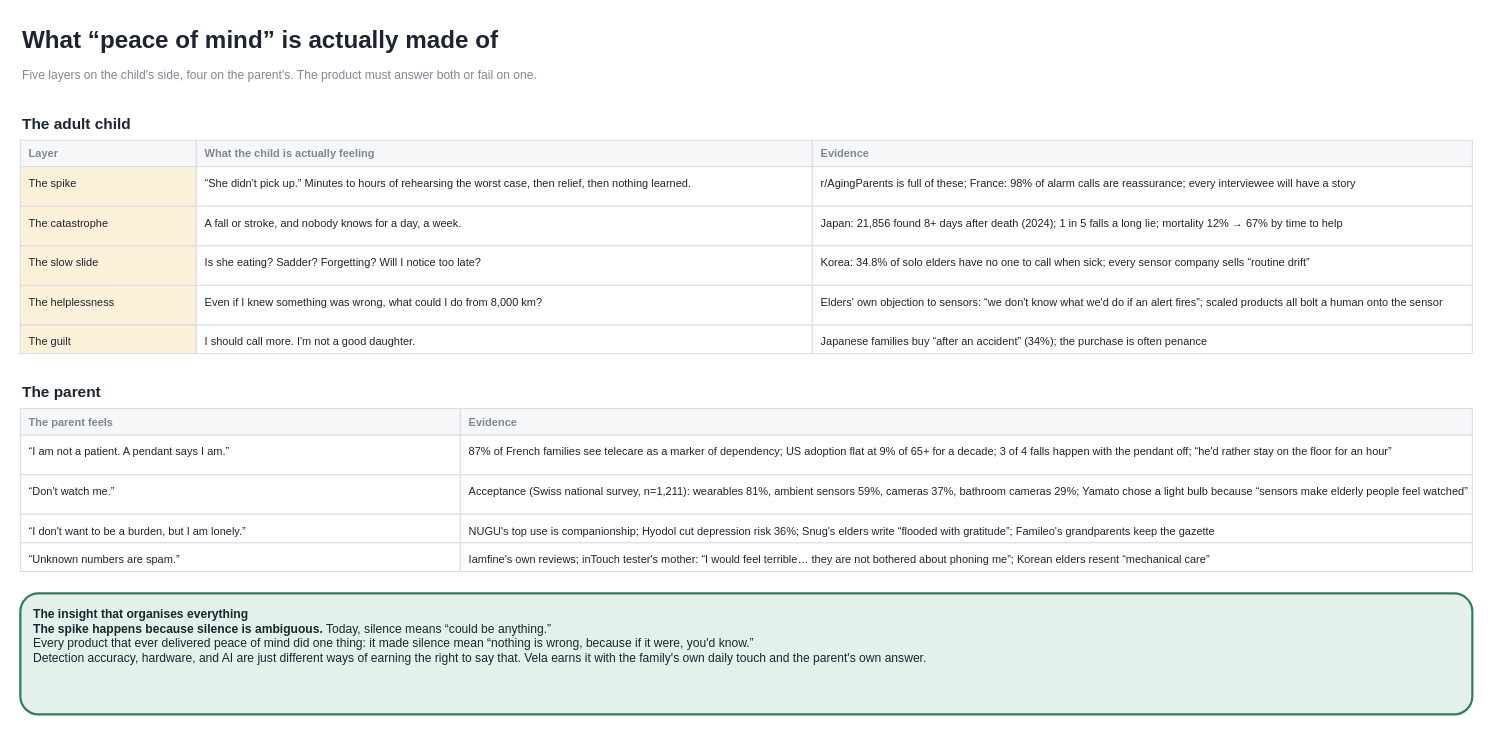
Earlier version of the draw.io diagram page "1.3 · The worry, decomposed" (4 of 34) of design/diagrams/master-plan.drawio (taiusheev/vela). Source tidied: cells renumbered, new cells numbered last; positions are measured from the earlier drawing's top-left corner, leaving out a move shared by most shapes. Both pictures are drawn from the tidied source at 110%, with x=0, y=0 at pixel (20, 19).
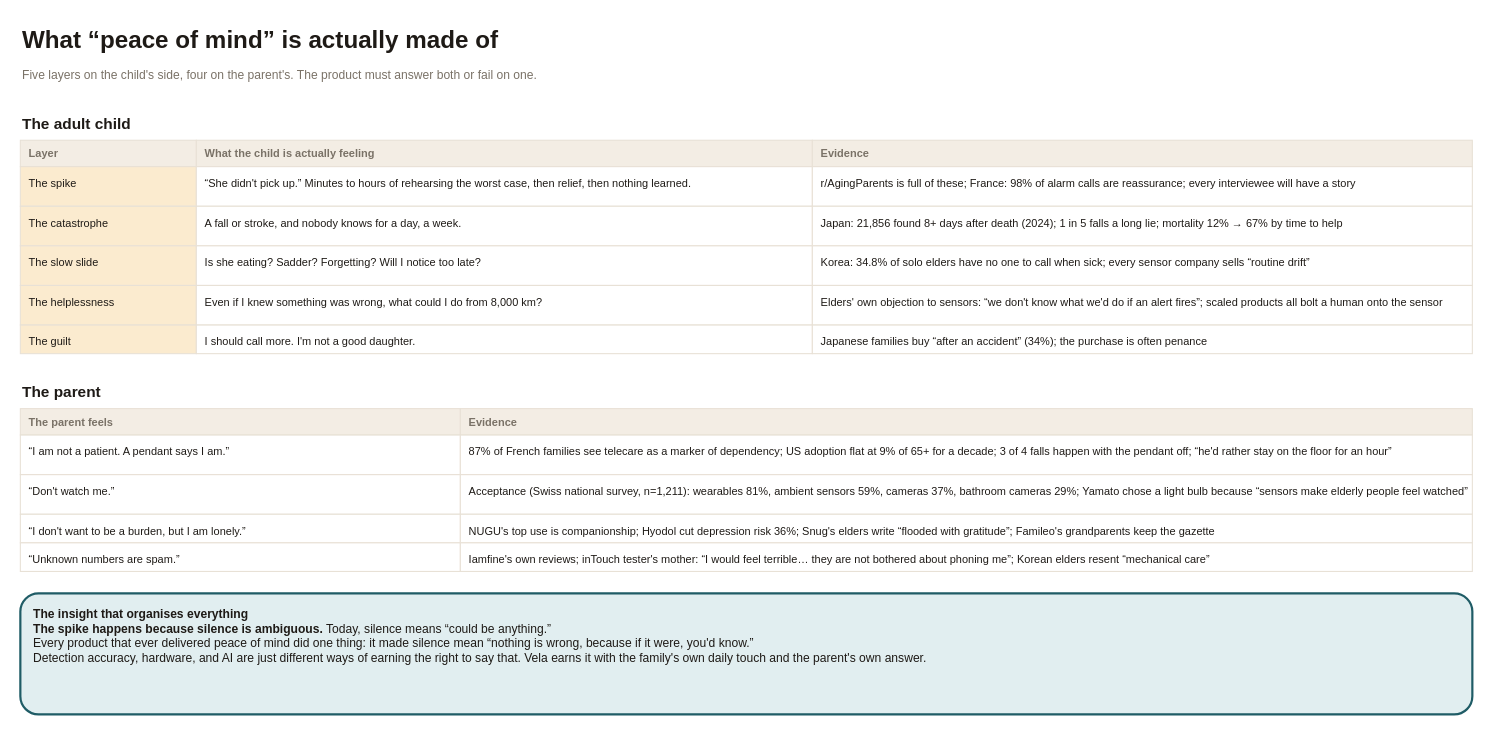
The same diagram, later.

Change to the diagram source:
```diff
@@
-    <mxCell id="2" value="What “peace of mind” is actually made of" style="text;html=1;align=left;verticalAlign=top;fontSize=22;fontStyle=1;fontColor=#1b2430;whiteSpace=wrap;" parent="1" vertex="1">
+    <mxCell id="2" value="What “peace of mind” is actually made of" style="text;html=1;align=left;verticalAlign=top;fontSize=22;fontStyle=1;fontColor=#1E1A16;whiteSpace=wrap;" parent="1" vertex="1">
       <mxGeometry width="1200" height="36" as="geometry" />
     </mxCell>
-    <mxCell id="3" value="Five layers on the child's side, four on the parent's. The product must answer both or fail on one." style="text;html=1;align=left;verticalAlign=top;fontSize=11;fontColor=#7d8794;whiteSpace=wrap;" parent="1" vertex="1">
+    <mxCell id="3" value="Five layers on the child's side, four on the parent's. The product must answer both or fail on one." style="text;html=1;align=left;verticalAlign=top;fontSize=11;fontColor=#7A7267;whiteSpace=wrap;" parent="1" vertex="1">
       <mxGeometry y="38" width="1300" height="30" as="geometry" />
     </mxCell>
-    <mxCell id="4" value="The adult child" style="text;html=1;align=left;verticalAlign=top;fontSize=14;fontStyle=1;fontColor=#1b2430;whiteSpace=wrap;" parent="1" vertex="1">
+    <mxCell id="4" value="The adult child" style="text;html=1;align=left;verticalAlign=top;fontSize=14;fontStyle=1;fontColor=#1E1A16;whiteSpace=wrap;" parent="1" vertex="1">
       <mxGeometry y="80" width="1300" height="24" as="geometry" />
     </mxCell>
-    <mxCell id="5" value="Layer" style="whiteSpace=wrap;html=1;align=left;verticalAlign=middle;spacingLeft=6;fillColor=#f6f7f9;strokeColor=#d9dee6;fontColor=#7d8794;fontStyle=1;fontSize=10;" parent="1" vertex="1">
+    <mxCell id="5" value="Layer" style="whiteSpace=wrap;html=1;align=left;verticalAlign=middle;spacingLeft=6;fillColor=#F3EDE4;strokeColor=#E8E1D6;fontColor=#7A7267;fontStyle=1;fontSize=10;" parent="1" vertex="1">
       <mxGeometry y="110" width="160" height="24" as="geometry" />
     </mxCell>
-    <mxCell id="6" value="What the child is actually feeling" style="whiteSpace=wrap;html=1;align=left;verticalAlign=middle;spacingLeft=6;fillColor=#f6f7f9;strokeColor=#d9dee6;fontColor=#7d8794;fontStyle=1;fontSize=10;" parent="1" vertex="1">
+    <mxCell id="6" value="What the child is actually feeling" style="whiteSpace=wrap;html=1;align=left;verticalAlign=middle;spacingLeft=6;fillColor=#F3EDE4;strokeColor=#E8E1D6;fontColor=#7A7267;fontStyle=1;fontSize=10;" parent="1" vertex="1">
       <mxGeometry x="160" y="110" width="560" height="24" as="geometry" />
     </mxCell>
-    <mxCell id="7" value="Evidence" style="whiteSpace=wrap;html=1;align=left;verticalAlign=middle;spacingLeft=6;fillColor=#f6f7f9;strokeColor=#d9dee6;fontColor=#7d8794;fontStyle=1;fontSize=10;" parent="1" vertex="1">
+    <mxCell id="7" value="Evidence" style="whiteSpace=wrap;html=1;align=left;verticalAlign=middle;spacingLeft=6;fillColor=#F3EDE4;strokeColor=#E8E1D6;fontColor=#7A7267;fontStyle=1;fontSize=10;" parent="1" vertex="1">
       <mxGeometry x="720" y="110" width="600" height="24" as="geometry" />
     </mxCell>
-    <mxCell id="8" value="The spike" style="whiteSpace=wrap;html=1;align=left;verticalAlign=top;spacingLeft=6;spacingTop=3;fillColor=#fbf0d8;strokeColor=#d9dee6;fontColor=#1b2430;fontSize=10;" parent="1" vertex="1">
+    <mxCell id="8" value="The spike" style="whiteSpace=wrap;html=1;align=left;verticalAlign=top;spacingLeft=6;spacingTop=3;fillColor=#FBEBCF;strokeColor=#E8E1D6;fontColor=#1E1A16;fontSize=10;" parent="1" vertex="1">
       <mxGeometry y="134" width="160" height="36" as="geometry" />
     </mxCell>
-    <mxCell id="9" value="“She didn't pick up.” Minutes to hours of rehearsing the worst case, then relief, then nothing learned." style="whiteSpace=wrap;html=1;align=left;verticalAlign=top;spacingLeft=6;spacingTop=3;fillColor=#ffffff;strokeColor=#d9dee6;fontColor=#1b2430;fontSize=10;" parent="1" vertex="1">
+    <mxCell id="9" value="“She didn't pick up.” Minutes to hours of rehearsing the worst case, then relief, then nothing learned." style="whiteSpace=wrap;html=1;align=left;verticalAlign=top;spacingLeft=6;spacingTop=3;fillColor=#FFFFFF;strokeColor=#E8E1D6;fontColor=#1E1A16;fontSize=10;" parent="1" vertex="1">
       <mxGeometry x="160" y="134" width="560" height="36" as="geometry" />
     </mxCell>
-    <mxCell id="10" value="r/AgingParents is full of these; France: 98% of alarm calls are reassurance; every interviewee will have a story" style="whiteSpace=wrap;html=1;align=left;verticalAlign=top;spacingLeft=6;spacingTop=3;fillColor=#ffffff;strokeColor=#d9dee6;fontColor=#1b2430;fontSize=10;" parent="1" vertex="1">
+    <mxCell id="10" value="r/AgingParents is full of these; France: 98% of alarm calls are reassurance; every interviewee will have a story" style="whiteSpace=wrap;html=1;align=left;verticalAlign=top;spacingLeft=6;spacingTop=3;fillColor=#FFFFFF;strokeColor=#E8E1D6;fontColor=#1E1A16;fontSize=10;" parent="1" vertex="1">
       <mxGeometry x="720" y="134" width="600" height="36" as="geometry" />
     </mxCell>
-    <mxCell id="11" value="The catastrophe" style="whiteSpace=wrap;html=1;align=left;verticalAlign=top;spacingLeft=6;spacingTop=3;fillColor=#fbf0d8;strokeColor=#d9dee6;fontColor=#1b2430;fontSize=10;" parent="1" vertex="1">
+    <mxCell id="11" value="The catastrophe" style="whiteSpace=wrap;html=1;align=left;verticalAlign=top;spacingLeft=6;spacingTop=3;fillColor=#FBEBCF;strokeColor=#E8E1D6;fontColor=#1E1A16;fontSize=10;" parent="1" vertex="1">
       <mxGeometry y="170" width="160" height="36" as="geometry" />
     </mxCell>
-    <mxCell id="12" value="A fall or stroke, and nobody knows for a day, a week." style="whiteSpace=wrap;html=1;align=left;verticalAlign=top;spacingLeft=6;spacingTop=3;fillColor=#ffffff;strokeColor=#d9dee6;fontColor=#1b2430;fontSize=10;" parent="1" vertex="1">
+    <mxCell id="12" value="A fall or stroke, and nobody knows for a day, a week." style="whiteSpace=wrap;html=1;align=left;verticalAlign=top;spacingLeft=6;spacingTop=3;fillColor=#FFFFFF;strokeColor=#E8E1D6;fontColor=#1E1A16;fontSize=10;" parent="1" vertex="1">
       <mxGeometry x="160" y="170" width="560" height="36" as="geometry" />
     </mxCell>
-    <mxCell id="13" value="Japan: 21,856 found 8+ days after death (2024); 1 in 5 falls a long lie; mortality 12% → 67% by time to help" style="whiteSpace=wrap;html=1;align=left;verticalAlign=top;spacingLeft=6;spacingTop=3;fillColor=#ffffff;strokeColor=#d9dee6;fontColor=#1b2430;fontSize=10;" parent="1" vertex="1">
+    <mxCell id="13" value="Japan: 21,856 found 8+ days after death (2024); 1 in 5 falls a long lie; mortality 12% → 67% by time to help" style="whiteSpace=wrap;html=1;align=left;verticalAlign=top;spacingLeft=6;spacingTop=3;fillColor=#FFFFFF;strokeColor=#E8E1D6;fontColor=#1E1A16;fontSize=10;" parent="1" vertex="1">
       <mxGeometry x="720" y="170" width="600" height="36" as="geometry" />
     </mxCell>
-    <mxCell id="14" value="The slow slide" style="whiteSpace=wrap;html=1;align=left;verticalAlign=top;spacingLeft=6;spacingTop=3;fillColor=#fbf0d8;strokeColor=#d9dee6;fontColor=#1b2430;fontSize=10;" parent="1" vertex="1">
+    <mxCell id="14" value="The slow slide" style="whiteSpace=wrap;html=1;align=left;verticalAlign=top;spacingLeft=6;spacingTop=3;fillColor=#FBEBCF;strokeColor=#E8E1D6;fontColor=#1E1A16;fontSize=10;" parent="1" vertex="1">
       <mxGeometry y="206" width="160" height="36" as="geometry" />
     </mxCell>
-    <mxCell id="15" value="Is she eating? Sadder? Forgetting? Will I notice too late?" style="whiteSpace=wrap;html=1;align=left;verticalAlign=top;spacingLeft=6;spacingTop=3;fillColor=#ffffff;strokeColor=#d9dee6;fontColor=#1b2430;fontSize=10;" parent="1" vertex="1">
+    <mxCell id="15" value="Is she eating? Sadder? Forgetting? Will I notice too late?" style="whiteSpace=wrap;html=1;align=left;verticalAlign=top;spacingLeft=6;spacingTop=3;fillColor=#FFFFFF;strokeColor=#E8E1D6;fontColor=#1E1A16;fontSize=10;" parent="1" vertex="1">
       <mxGeometry x="160" y="206" width="560" height="36" as="geometry" />
     </mxCell>
-    <mxCell id="16" value="Korea: 34.8% of solo elders have no one to call when sick; every sensor company sells “routine drift”" style="whiteSpace=wrap;html=1;align=left;verticalAlign=top;spacingLeft=6;spacingTop=3;fillColor=#ffffff;strokeColor=#d9dee6;fontColor=#1b2430;fontSize=10;" parent="1" vertex="1">
+    <mxCell id="16" value="Korea: 34.8% of solo elders have no one to call when sick; every sensor company sells “routine drift”" style="whiteSpace=wrap;html=1;align=left;verticalAlign=top;spacingLeft=6;spacingTop=3;fillColor=#FFFFFF;strokeColor=#E8E1D6;fontColor=#1E1A16;fontSize=10;" parent="1" vertex="1">
       <mxGeometry x="720" y="206" width="600" height="36" as="geometry" />
     </mxCell>
-    <mxCell id="17" value="The helplessness" style="whiteSpace=wrap;html=1;align=left;verticalAlign=top;spacingLeft=6;spacingTop=3;fillColor=#fbf0d8;strokeColor=#d9dee6;fontColor=#1b2430;fontSize=10;" parent="1" vertex="1">
+    <mxCell id="17" value="The helplessness" style="whiteSpace=wrap;html=1;align=left;verticalAlign=top;spacingLeft=6;spacingTop=3;fillColor=#FBEBCF;strokeColor=#E8E1D6;fontColor=#1E1A16;fontSize=10;" parent="1" vertex="1">
       <mxGeometry y="242" width="160" height="36" as="geometry" />
     </mxCell>
-    <mxCell id="18" value="Even if I knew something was wrong, what could I do from 8,000 km?" style="whiteSpace=wrap;html=1;align=left;verticalAlign=top;spacingLeft=6;spacingTop=3;fillColor=#ffffff;strokeColor=#d9dee6;fontColor=#1b2430;fontSize=10;" parent="1" vertex="1">
+    <mxCell id="18" value="Even if I knew something was wrong, what could I do from 8,000 km?" style="whiteSpace=wrap;html=1;align=left;verticalAlign=top;spacingLeft=6;spacingTop=3;fillColor=#FFFFFF;strokeColor=#E8E1D6;fontColor=#1E1A16;fontSize=10;" parent="1" vertex="1">
       <mxGeometry x="160" y="242" width="560" height="36" as="geometry" />
     </mxCell>
-    <mxCell id="19" value="Elders' own objection to sensors: “we don't know what we'd do if an alert fires”; scaled products all bolt a human onto the sensor" style="whiteSpace=wrap;html=1;align=left;verticalAlign=top;spacingLeft=6;spacingTop=3;fillColor=#ffffff;strokeColor=#d9dee6;fontColor=#1b2430;fontSize=10;" parent="1" vertex="1">
+    <mxCell id="19" value="Elders' own objection to sensors: “we don't know what we'd do if an alert fires”; scaled products all bolt a human onto the sensor" style="whiteSpace=wrap;html=1;align=left;verticalAlign=top;spacingLeft=6;spacingTop=3;fillColor=#FFFFFF;strokeColor=#E8E1D6;fontColor=#1E1A16;fontSize=10;" parent="1" vertex="1">
       <mxGeometry x="720" y="242" width="600" height="36" as="geometry" />
     </mxCell>
-    <mxCell id="20" value="The guilt" style="whiteSpace=wrap;html=1;align=left;verticalAlign=top;spacingLeft=6;spacingTop=3;fillColor=#fbf0d8;strokeColor=#d9dee6;fontColor=#1b2430;fontSize=10;" parent="1" vertex="1">
+    <mxCell id="20" value="The guilt" style="whiteSpace=wrap;html=1;align=left;verticalAlign=top;spacingLeft=6;spacingTop=3;fillColor=#FBEBCF;strokeColor=#E8E1D6;fontColor=#1E1A16;fontSize=10;" parent="1" vertex="1">
       <mxGeometry y="278" width="160" height="26" as="geometry" />
     </mxCell>
-    <mxCell id="21" value="I should call more. I'm not a good daughter." style="whiteSpace=wrap;html=1;align=left;verticalAlign=top;spacingLeft=6;spacingTop=3;fillColor=#ffffff;strokeColor=#d9dee6;fontColor=#1b2430;fontSize=10;" parent="1" vertex="1">
+    <mxCell id="21" value="I should call more. I'm not a good daughter." style="whiteSpace=wrap;html=1;align=left;verticalAlign=top;spacingLeft=6;spacingTop=3;fillColor=#FFFFFF;strokeColor=#E8E1D6;fontColor=#1E1A16;fontSize=10;" parent="1" vertex="1">
       <mxGeometry x="160" y="278" width="560" height="26" as="geometry" />
     </mxCell>
-    <mxCell id="22" value="Japanese families buy “after an accident” (34%); the purchase is often penance" style="whiteSpace=wrap;html=1;align=left;verticalAlign=top;spacingLeft=6;spacingTop=3;fillColor=#ffffff;strokeColor=#d9dee6;fontColor=#1b2430;fontSize=10;" parent="1" vertex="1">
+    <mxCell id="22" value="Japanese families buy “after an accident” (34%); the purchase is often penance" style="whiteSpace=wrap;html=1;align=left;verticalAlign=top;spacingLeft=6;spacingTop=3;fillColor=#FFFFFF;strokeColor=#E8E1D6;fontColor=#1E1A16;fontSize=10;" parent="1" vertex="1">
       <mxGeometry x="720" y="278" width="600" height="26" as="geometry" />
     </mxCell>
-    <mxCell id="23" value="The parent" style="text;html=1;align=left;verticalAlign=top;fontSize=14;fontStyle=1;fontColor=#1b2430;whiteSpace=wrap;" parent="1" vertex="1">
+    <mxCell id="23" value="The parent" style="text;html=1;align=left;verticalAlign=top;fontSize=14;fontStyle=1;fontColor=#1E1A16;whiteSpace=wrap;" parent="1" vertex="1">
       <mxGeometry y="324" width="1300" height="24" as="geometry" />
     </mxCell>
-    <mxCell id="24" value="The parent feels" style="whiteSpace=wrap;html=1;align=left;verticalAlign=middle;spacingLeft=6;fillColor=#f6f7f9;strokeColor=#d9dee6;fontColor=#7d8794;fontStyle=1;fontSize=10;" parent="1" vertex="1">
+    <mxCell id="24" value="The parent feels" style="whiteSpace=wrap;html=1;align=left;verticalAlign=middle;spacingLeft=6;fillColor=#F3EDE4;strokeColor=#E8E1D6;fontColor=#7A7267;fontStyle=1;fontSize=10;" parent="1" vertex="1">
       <mxGeometry y="354" width="400" height="24" as="geometry" />
     </mxCell>
-    <mxCell id="25" value="Evidence" style="whiteSpace=wrap;html=1;align=left;verticalAlign=middle;spacingLeft=6;fillColor=#f6f7f9;strokeColor=#d9dee6;fontColor=#7d8794;fontStyle=1;fontSize=10;" parent="1" vertex="1">
+    <mxCell id="25" value="Evidence" style="whiteSpace=wrap;html=1;align=left;verticalAlign=middle;spacingLeft=6;fillColor=#F3EDE4;strokeColor=#E8E1D6;fontColor=#7A7267;fontStyle=1;fontSize=10;" parent="1" vertex="1">
       <mxGeometry x="400" y="354" width="920" height="24" as="geometry" />
     </mxCell>
-    <mxCell id="26" value="“I am not a patient. A pendant says I am.”" style="whiteSpace=wrap;html=1;align=left;verticalAlign=top;spacingLeft=6;spacingTop=3;fillColor=#ffffff;strokeColor=#d9dee6;fontColor=#1b2430;fontSize=10;" parent="1" vertex="1">
+    <mxCell id="26" value="“I am not a patient. A pendant says I am.”" style="whiteSpace=wrap;html=1;align=left;verticalAlign=top;spacingLeft=6;spacingTop=3;fillColor=#FFFFFF;strokeColor=#E8E1D6;fontColor=#1E1A16;fontSize=10;" parent="1" vertex="1">
       <mxGeometry y="378" width="400" height="36" as="geometry" />
     </mxCell>
-    <mxCell id="27" value="87% of French families see telecare as a marker of dependency; US adoption flat at 9% of 65+ for a decade; 3 of 4 falls happen with the pendant off; “he'd rather stay on the floor for an hour”" style="whiteSpace=wrap;html=1;align=left;verticalAlign=top;spacingLeft=6;spacingTop=3;fillColor=#ffffff;strokeColor=#d9dee6;fontColor=#1b2430;fontSize=10;" parent="1" vertex="1">
+    <mxCell id="27" value="87% of French families see telecare as a marker of dependency; US adoption flat at 9% of 65+ for a decade; 3 of 4 falls happen with the pendant off; “he'd rather stay on the floor for an hour”" style="whiteSpace=wrap;html=1;align=left;verticalAlign=top;spacingLeft=6;spacingTop=3;fillColor=#FFFFFF;strokeColor=#E8E1D6;fontColor=#1E1A16;fontSize=10;" parent="1" vertex="1">
       <mxGeometry x="400" y="378" width="920" height="36" as="geometry" />
     </mxCell>
-    <mxCell id="28" value="“Don't watch me.”" style="whiteSpace=wrap;html=1;align=left;verticalAlign=top;spacingLeft=6;spacingTop=3;fillColor=#ffffff;strokeColor=#d9dee6;fontColor=#1b2430;fontSize=10;" parent="1" vertex="1">
+    <mxCell id="28" value="“Don't watch me.”" style="whiteSpace=wrap;html=1;align=left;verticalAlign=top;spacingLeft=6;spacingTop=3;fillColor=#FFFFFF;strokeColor=#E8E1D6;fontColor=#1E1A16;fontSize=10;" parent="1" vertex="1">
       <mxGeometry y="414" width="400" height="36" as="geometry" />
     </mxCell>
-    <mxCell id="29" value="Acceptance (Swiss national survey, n=1,211): wearables 81%, ambient sensors 59%, cameras 37%, bathroom cameras 29%; Yamato chose a light bulb because “sensors make elderly people feel watched”" style="whiteSpace=wrap;html=1;align=left;verticalAlign=top;spacingLeft=6;spacingTop=3;fillColor=#ffffff;strokeColor=#d9dee6;fontColor=#1b2430;fontSize=10;" parent="1" vertex="1">
+    <mxCell id="29" value="Acceptance (Swiss national survey, n=1,211): wearables 81%, ambient sensors 59%, cameras 37%, bathroom cameras 29%; Yamato chose a light bulb because “sensors make elderly people feel watched”" style="whiteSpace=wrap;html=1;align=left;verticalAlign=top;spacingLeft=6;spacingTop=3;fillColor=#FFFFFF;strokeColor=#E8E1D6;fontColor=#1E1A16;fontSize=10;" parent="1" vertex="1">
       <mxGeometry x="400" y="414" width="920" height="36" as="geometry" />
     </mxCell>
-    <mxCell id="30" value="“I don't want to be a burden, but I am lonely.”" style="whiteSpace=wrap;html=1;align=left;verticalAlign=top;spacingLeft=6;spacingTop=3;fillColor=#ffffff;strokeColor=#d9dee6;fontColor=#1b2430;fontSize=10;" parent="1" vertex="1">
+    <mxCell id="30" value="“I don't want to be a burden, but I am lonely.”" style="whiteSpace=wrap;html=1;align=left;verticalAlign=top;spacingLeft=6;spacingTop=3;fillColor=#FFFFFF;strokeColor=#E8E1D6;fontColor=#1E1A16;fontSize=10;" parent="1" vertex="1">
       <mxGeometry y="450" width="400" height="26" as="geometry" />
     </mxCell>
-    <mxCell id="31" value="NUGU's top use is companionship; Hyodol cut depression risk 36%; Snug's elders write “flooded with gratitude”; Famileo's grandparents keep the gazette" style="whiteSpace=wrap;html=1;align=left;verticalAlign=top;spacingLeft=6;spacingTop=3;fillColor=#ffffff;strokeColor=#d9dee6;fontColor=#1b2430;fontSize=10;" parent="1" vertex="1">
+    <mxCell id="31" value="NUGU's top use is companionship; Hyodol cut depression risk 36%; Snug's elders write “flooded with gratitude”; Famileo's grandparents keep the gazette" style="whiteSpace=wrap;html=1;align=left;verticalAlign=top;spacingLeft=6;spacingTop=3;fillColor=#FFFFFF;strokeColor=#E8E1D6;fontColor=#1E1A16;fontSize=10;" parent="1" vertex="1">
       <mxGeometry x="400" y="450" width="920" height="26" as="geometry" />
     </mxCell>
-    <mxCell id="32" value="“Unknown numbers are spam.”" style="whiteSpace=wrap;html=1;align=left;verticalAlign=top;spacingLeft=6;spacingTop=3;fillColor=#ffffff;strokeColor=#d9dee6;fontColor=#1b2430;fontSize=10;" parent="1" vertex="1">
+    <mxCell id="32" value="“Unknown numbers are spam.”" style="whiteSpace=wrap;html=1;align=left;verticalAlign=top;spacingLeft=6;spacingTop=3;fillColor=#FFFFFF;strokeColor=#E8E1D6;fontColor=#1E1A16;fontSize=10;" parent="1" vertex="1">
       <mxGeometry y="476" width="400" height="26" as="geometry" />
     </mxCell>
-    <mxCell id="33" value="Iamfine's own reviews; inTouch tester's mother: “I would feel terrible… they are not bothered about phoning me”; Korean elders resent “mechanical care”" style="whiteSpace=wrap;html=1;align=left;verticalAlign=top;spacingLeft=6;spacingTop=3;fillColor=#ffffff;strokeColor=#d9dee6;fontColor=#1b2430;fontSize=10;" parent="1" vertex="1">
+    <mxCell id="33" value="Iamfine's own reviews; inTouch tester's mother: “I would feel terrible… they are not bothered about phoning me”; Korean elders resent “mechanical care”" style="whiteSpace=wrap;html=1;align=left;verticalAlign=top;spacingLeft=6;spacingTop=3;fillColor=#FFFFFF;strokeColor=#E8E1D6;fontColor=#1E1A16;fontSize=10;" parent="1" vertex="1">
       <mxGeometry x="400" y="476" width="920" height="26" as="geometry" />
     </mxCell>
-    <mxCell id="34" value="&lt;b&gt;The insight that organises everything&lt;/b&gt;&lt;br&gt;&lt;b&gt;The spike happens because silence is ambiguous.&lt;/b&gt; Today, silence means “could be anything.”&lt;br&gt;Every product that ever delivered peace of mind did one thing: it made silence mean “nothing is wrong, because if it were, you'd know.”&lt;br&gt;Detection accuracy, hardware, and AI are just different ways of earning the right to say that. Vela earns it with the family's own daily touch and the parent's own answer." style="rounded=1;whiteSpace=wrap;html=1;align=left;verticalAlign=top;spacingLeft=10;spacingRight=8;spacingTop=6;fontSize=11;fillColor=#e3f1ea;strokeColor=#2f7d5b;strokeWidth=2;fontColor=#1b2430;" parent="1" vertex="1">
+    <mxCell id="34" value="&lt;b&gt;The insight that organises everything&lt;/b&gt;&lt;br&gt;&lt;b&gt;The spike happens because silence is ambiguous.&lt;/b&gt; Today, silence means “could be anything.”&lt;br&gt;Every product that ever delivered peace of mind did one thing: it made silence mean “nothing is wrong, because if it were, you'd know.”&lt;br&gt;Detection accuracy, hardware, and AI are just different ways of earning the right to say that. Vela earns it with the family's own daily touch and the parent's own answer." style="rounded=1;whiteSpace=wrap;html=1;align=left;verticalAlign=top;spacingLeft=10;spacingRight=8;spacingTop=6;fontSize=11;fillColor=#E1EEF0;strokeColor=#1F5C66;strokeWidth=2;fontColor=#1E1A16;" parent="1" vertex="1">
       <mxGeometry y="522" width="1320" height="110" as="geometry" />
     </mxCell>
```
